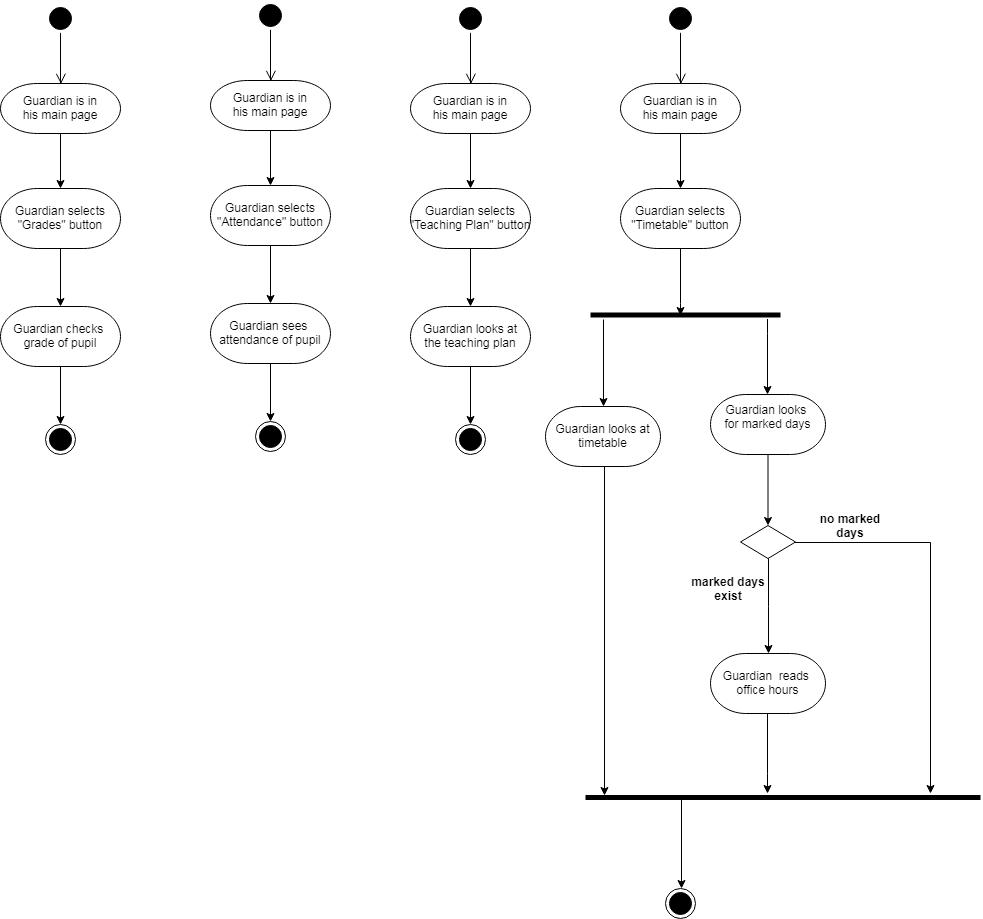
Earlier version of the draw.io export Diagrams/Activity Diagrams/Guardian.png (esmoqi16/TMS). Source tidied: cells renumbered, new cells last; positions are measured from the earlier drawing's top-left corner, leaving out a move shared by most shapes.
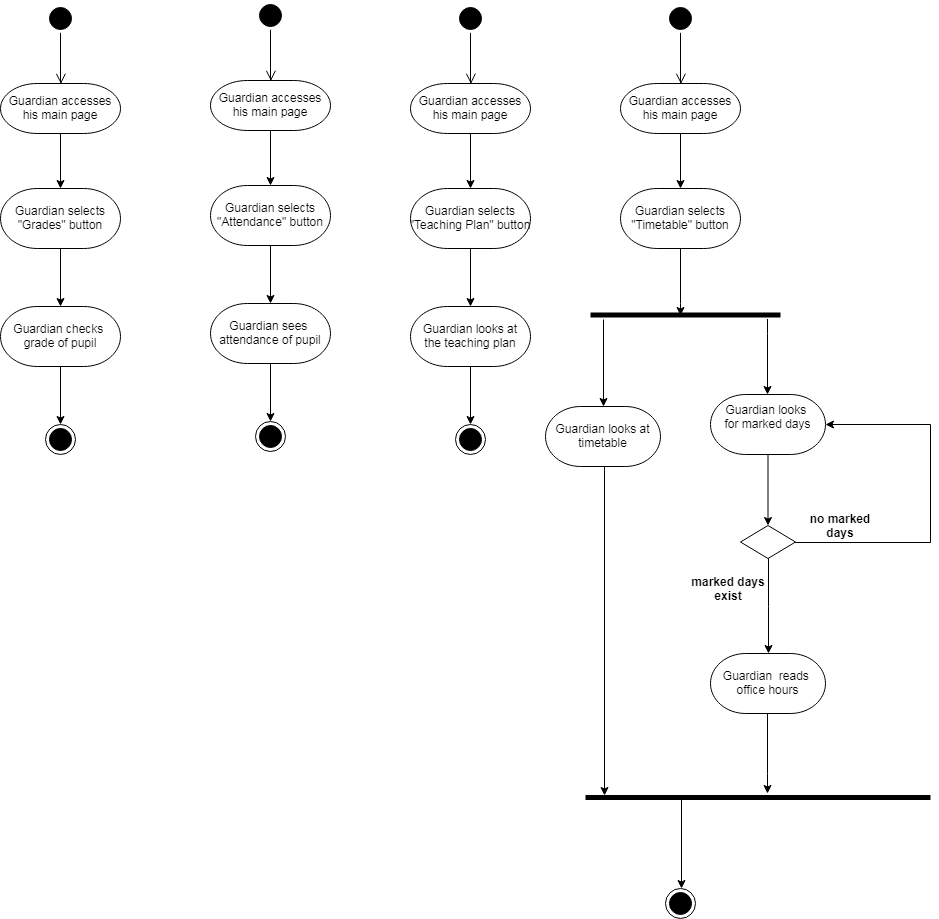
Later version of the same file.

Change to the diagram source:
```diff
@@ -11,7 +11,7 @@
     <mxCell id="3" style="edgeStyle=orthogonalEdgeStyle;rounded=0;jettySize=auto;html=1;endArrow=classic;endFill=1;strokeColor=#000000;" parent="1" edge="1" source="4" target="6">
       <mxGeometry relative="1" as="geometry" />
     </mxCell>
-    <mxCell id="4" value="&#10;Guardian is in &#10;his main page&#10;" style="shape=mxgraph.flowchart.terminator;strokeWidth=1;" parent="1" vertex="1">
+    <mxCell id="4" value="&#10;Guardian accesses&#10;his main page&#10;" style="shape=mxgraph.flowchart.terminator;strokeWidth=1;" parent="1" vertex="1">
       <mxGeometry y="83" width="120" height="50" as="geometry" />
     </mxCell>
     <mxCell id="5" style="edgeStyle=orthogonalEdgeStyle;rounded=0;jettySize=auto;html=1;endArrow=classic;endFill=1;strokeColor=#000000;" parent="1" edge="1" source="6" target="8">
@@ -41,7 +41,7 @@
     <mxCell id="12" style="edgeStyle=orthogonalEdgeStyle;rounded=0;jettySize=auto;html=1;endArrow=classic;endFill=1;strokeColor=#000000;" parent="1" edge="1" source="13" target="15">
       <mxGeometry relative="1" as="geometry" />
     </mxCell>
-    <mxCell id="13" value="&#10;Guardian is in &#10;his main page&#10;" style="shape=mxgraph.flowchart.terminator;strokeWidth=1;" parent="1" vertex="1">
+    <mxCell id="13" value="&#10;&#10;Guardian accesses&#10;his main page&#10;&#10;" style="shape=mxgraph.flowchart.terminator;strokeWidth=1;" parent="1" vertex="1">
       <mxGeometry x="210" y="80" width="120" height="50" as="geometry" />
     </mxCell>
     <mxCell id="14" style="edgeStyle=orthogonalEdgeStyle;rounded=0;jettySize=auto;html=1;endArrow=classic;endFill=1;strokeColor=#000000;" parent="1" edge="1" source="15" target="17">
@@ -71,7 +71,7 @@
     <mxCell id="21" style="edgeStyle=orthogonalEdgeStyle;rounded=0;jettySize=auto;html=1;endArrow=classic;endFill=1;strokeColor=#000000;" parent="1" edge="1" source="22" target="24">
       <mxGeometry relative="1" as="geometry" />
     </mxCell>
-    <mxCell id="22" value="&#10;Guardian is in &#10;his main page&#10;" style="shape=mxgraph.flowchart.terminator;strokeWidth=1;" parent="1" vertex="1">
+    <mxCell id="22" value="&#10;&#10;Guardian accesses&#10;his main page&#10;&#10;" style="shape=mxgraph.flowchart.terminator;strokeWidth=1;" parent="1" vertex="1">
       <mxGeometry x="410" y="83" width="120" height="50" as="geometry" />
     </mxCell>
     <mxCell id="23" style="edgeStyle=orthogonalEdgeStyle;rounded=0;jettySize=auto;html=1;endArrow=classic;endFill=1;strokeColor=#000000;" parent="1" edge="1" source="24" target="26">
@@ -101,7 +101,7 @@
     <mxCell id="30" style="edgeStyle=orthogonalEdgeStyle;rounded=0;jettySize=auto;html=1;endArrow=classic;endFill=1;strokeColor=#000000;" parent="1" edge="1" source="31" target="33">
       <mxGeometry relative="1" as="geometry" />
     </mxCell>
-    <mxCell id="31" value="&#10;Guardian is in &#10;his main page&#10;" style="shape=mxgraph.flowchart.terminator;strokeWidth=1;" parent="1" vertex="1">
+    <mxCell id="31" value="&#10;&#10;Guardian accesses&#10;his main page&#10;&#10;" style="shape=mxgraph.flowchart.terminator;strokeWidth=1;" parent="1" vertex="1">
       <mxGeometry x="620" y="83" width="120" height="50" as="geometry" />
     </mxCell>
     <mxCell id="32" style="edgeStyle=orthogonalEdgeStyle;rounded=0;jettySize=auto;html=1;endArrow=classic;endFill=1;strokeColor=#000000;entryX=0.475;entryY=0.577;entryDx=0;entryDy=0;entryPerimeter=0;" parent="1" edge="1" source="33" target="36">
@@ -125,7 +125,7 @@
       <mxGeometry x="590" y="310.5" width="190" height="8" as="geometry" />
     </mxCell>
     <mxCell id="37" style="line;strokeWidth=5;fillColor=none;align=left;verticalAlign=middle;spacingTop=-1;spacingLeft=3;spacingRight=3;labelPosition=right;points=[];portConstraint=eastwest;rounded=0;comic=0;" parent="1" vertex="1">
-      <mxGeometry x="585" y="793" width="395" height="8" as="geometry" />
+      <mxGeometry x="585" y="793" width="345" height="8" as="geometry" />
     </mxCell>
     <mxCell id="38" style="edgeStyle=orthogonalEdgeStyle;rounded=0;orthogonalLoop=1;jettySize=auto;html=1;endArrow=classic;endFill=1;strokeColor=#000000;" parent="1" edge="1">
       <mxGeometry relative="1" as="geometry">
@@ -152,9 +152,12 @@
     <mxCell id="41" style="edgeStyle=orthogonalEdgeStyle;rounded=0;jettySize=auto;html=1;endArrow=classic;endFill=1;strokeColor=#000000;entryX=0.5;entryY=0;entryDx=0;entryDy=0;entryPerimeter=0;" parent="1" edge="1" source="43" target="48">
       <mxGeometry relative="1" as="geometry" />
     </mxCell>
-    <mxCell id="42" style="edgeStyle=orthogonalEdgeStyle;rounded=0;jettySize=auto;html=1;endArrow=classic;endFill=1;strokeColor=#000000;" parent="1" edge="1" source="43">
+    <mxCell id="42" style="edgeStyle=orthogonalEdgeStyle;rounded=0;jettySize=auto;html=1;endArrow=classic;endFill=1;strokeColor=#000000;entryX=1;entryY=0.5;entryDx=0;entryDy=0;entryPerimeter=0;" parent="1" edge="1" source="43" target="50">
       <mxGeometry relative="1" as="geometry">
-        <mxPoint x="930" y="793" as="targetPoint" />
+        <Array as="points">
+          <mxPoint x="930" y="542" />
+          <mxPoint x="930" y="424" />
+        </Array>
       </mxGeometry>
     </mxCell>
     <mxCell id="43" style="rhombus;whiteSpace=wrap;html=1;" parent="1" vertex="1">
@@ -173,7 +176,7 @@
       <mxGeometry x="687.5" y="573" width="80" height="30" as="geometry" />
     </mxCell>
     <mxCell id="46" value="&lt;b&gt;no marked days&lt;/b&gt;" style="text;html=1;strokeColor=none;fillColor=none;align=center;verticalAlign=middle;whiteSpace=wrap;rounded=0;" parent="1" vertex="1">
-      <mxGeometry x="810" y="510" width="80" height="30" as="geometry" />
+      <mxGeometry x="800" y="510" width="80" height="30" as="geometry" />
     </mxCell>
     <mxCell id="47" style="edgeStyle=orthogonalEdgeStyle;rounded=0;jettySize=auto;html=1;endArrow=classic;endFill=1;strokeColor=#000000;" parent="1" edge="1" source="48" target="37">
       <mxGeometry relative="1" as="geometry">
```
